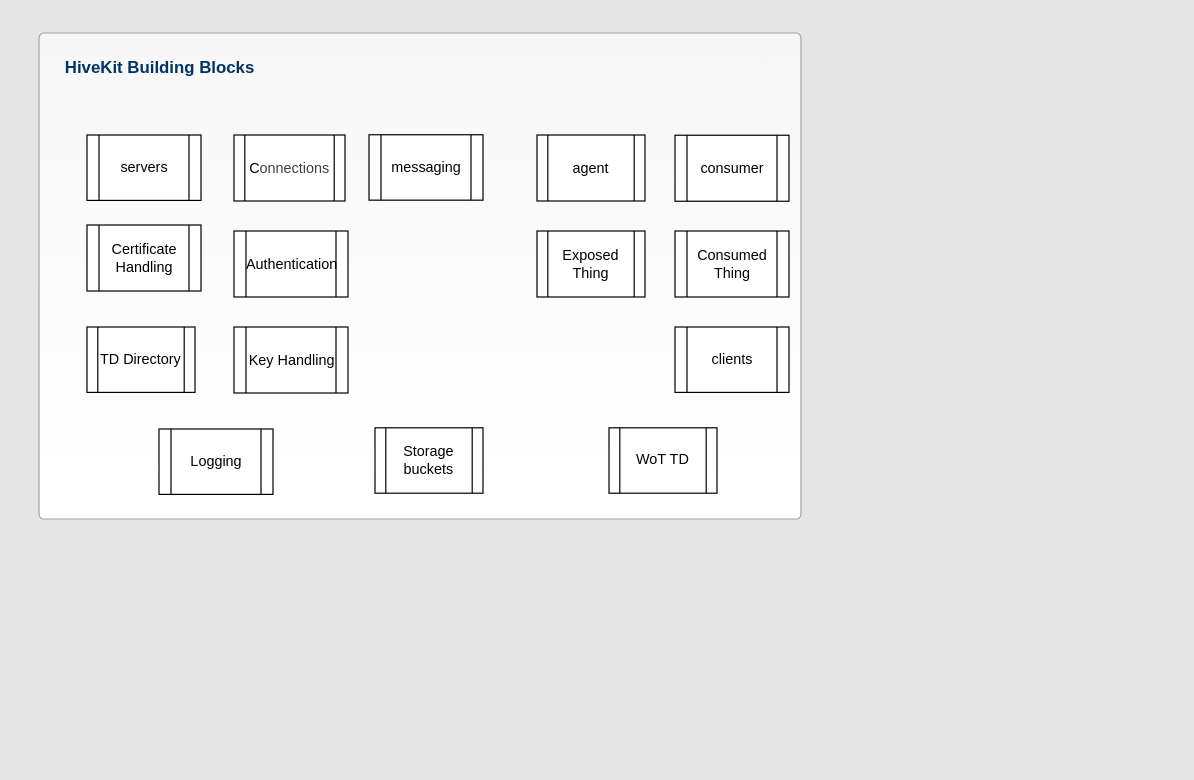
The draw.io diagram page "hivekit overview" (1 of 6) of docs/hivekit.drawio in hiveot/hivekit, before the edit. Source tidied: cells renumbered, new cells numbered last; positions are measured from the earlier drawing's top-left corner, leaving out a move shared by most shapes. Both pictures are drawn from the tidied source at 120%, with x=0, y=0 at pixel (38, 32).
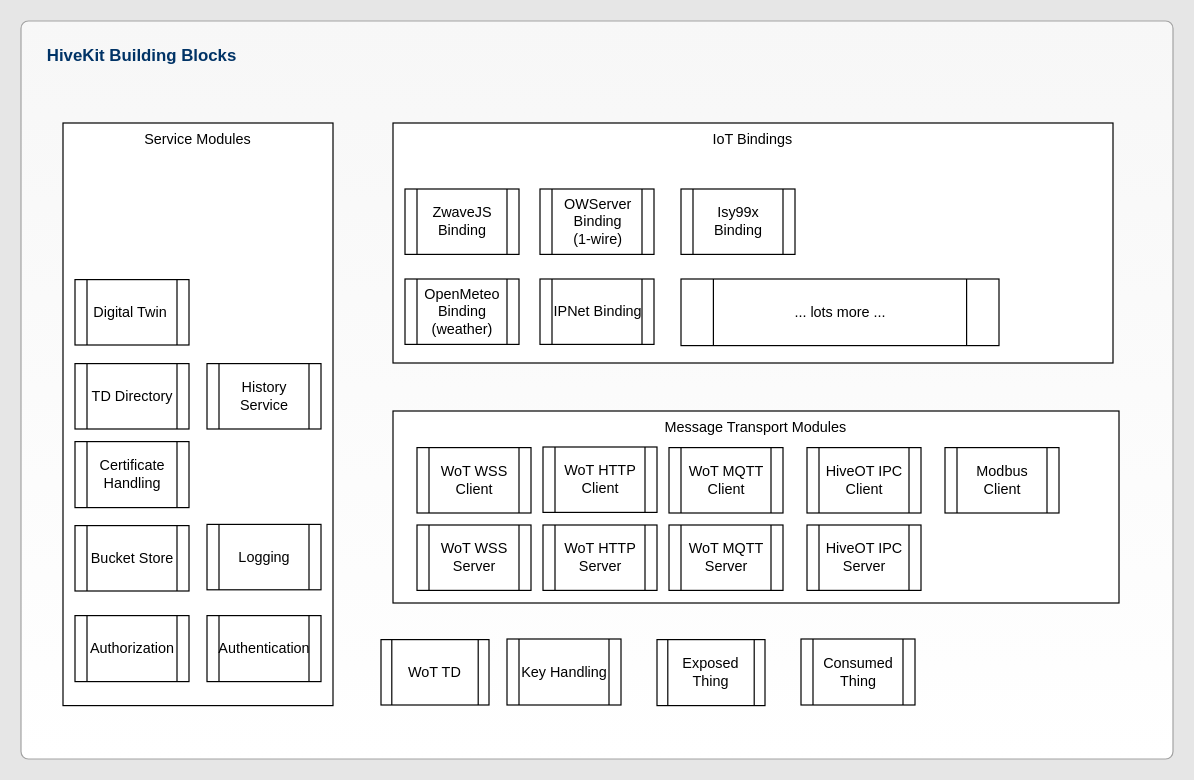
The same page after the edit.

The edit, as a diff of the source:
```diff
@@
     <mxCell id="2" value="&lt;h3 style=&quot;font-size: 14px;&quot;&gt;HiveKit Building Blocks&lt;/h3&gt;" style="rounded=1;whiteSpace=wrap;html=1;fontSize=14;verticalAlign=top;strokeColor=#A3A3A3;fillColor=#F7F7F7;gradientColor=#ffffff;fontColor=#003366;arcSize=1;noLabel=0;align=left;spacingLeft=20;" parent="1" vertex="1">
-      <mxGeometry width="635" height="405" as="geometry" />
+      <mxGeometry x="-15" y="-10" width="960" height="615" as="geometry" />
     </mxCell>
-    <mxCell id="3" value="agent" style="shape=process;whiteSpace=wrap;html=1;backgroundOutline=1;" parent="1" vertex="1">
-      <mxGeometry x="415" y="85" width="90" height="55" as="geometry" />
-    </mxCell>
     <mxCell id="4" value="Exposed Thing" style="shape=process;whiteSpace=wrap;html=1;backgroundOutline=1;" parent="1" vertex="1">
-      <mxGeometry x="415" y="165" width="90" height="55" as="geometry" />
+      <mxGeometry x="515" y="505.5" width="90" height="55" as="geometry" />
     </mxCell>
     <mxCell id="5" value="WoT TD" style="shape=process;whiteSpace=wrap;html=1;backgroundOutline=1;" parent="1" vertex="1">
-      <mxGeometry x="475" y="329" width="90" height="54.5" as="geometry" />
+      <mxGeometry x="285" y="505.5" width="90" height="54.5" as="geometry" />
     </mxCell>
+    <mxCell id="19" value="Message Transport Modules" style="rounded=0;whiteSpace=wrap;html=1;verticalAlign=top;" parent="1" vertex="1">
+      <mxGeometry x="295" y="315" width="605" height="160" as="geometry" />
+    </mxCell>
+    <mxCell id="20" value="IoT Bindings" style="rounded=0;whiteSpace=wrap;html=1;verticalAlign=top;" parent="1" vertex="1">
+      <mxGeometry x="295" y="75" width="600" height="200" as="geometry" />
+    </mxCell>
+    <mxCell id="21" value="WoT WSS Server" style="shape=process;whiteSpace=wrap;html=1;backgroundOutline=1;" parent="1" vertex="1">
+      <mxGeometry x="315" y="410" width="95" height="54.5" as="geometry" />
+    </mxCell>
+    <mxCell id="22" value="Service Modules" style="rounded=0;whiteSpace=wrap;html=1;verticalAlign=top;" parent="1" vertex="1">
+      <mxGeometry x="20" y="75" width="225" height="485.5" as="geometry" />
+    </mxCell>
-    <mxCell id="6" value="Storage buckets" style="shape=process;whiteSpace=wrap;html=1;backgroundOutline=1;" parent="1" vertex="1">
-      <mxGeometry x="280" y="329" width="90" height="54.5" as="geometry" />
+    <mxCell id="6" value="Bucket Store" style="shape=process;whiteSpace=wrap;html=1;backgroundOutline=1;" parent="1" vertex="1">
+      <mxGeometry x="30" y="410.5" width="95" height="54.5" as="geometry" />
     </mxCell>
+    <mxCell id="23" value="WoT WSS Client" style="shape=process;whiteSpace=wrap;html=1;backgroundOutline=1;" parent="1" vertex="1">
+      <mxGeometry x="315" y="345.5" width="95" height="54.5" as="geometry" />
+    </mxCell>
+    <mxCell id="24" value="WoT HTTP Server" style="shape=process;whiteSpace=wrap;html=1;backgroundOutline=1;" parent="1" vertex="1">
+      <mxGeometry x="420" y="410" width="95" height="54.5" as="geometry" />
+    </mxCell>
+    <mxCell id="25" value="Authorization" style="shape=process;whiteSpace=wrap;html=1;backgroundOutline=1;" parent="1" vertex="1">
+      <mxGeometry x="30" y="485.5" width="95" height="55" as="geometry" />
+    </mxCell>
+    <mxCell id="26" value="OpenMeteo Binding&lt;div&gt;(weather)&lt;/div&gt;" style="shape=process;whiteSpace=wrap;html=1;backgroundOutline=1;" parent="1" vertex="1">
+      <mxGeometry x="305" y="205" width="95" height="54.5" as="geometry" />
+    </mxCell>
+    <mxCell id="27" value="IPNet Binding" style="shape=process;whiteSpace=wrap;html=1;backgroundOutline=1;" parent="1" vertex="1">
+      <mxGeometry x="417.5" y="205" width="95" height="54.5" as="geometry" />
+    </mxCell>
+    <mxCell id="28" value="ZwaveJS Binding" style="shape=process;whiteSpace=wrap;html=1;backgroundOutline=1;" parent="1" vertex="1">
+      <mxGeometry x="305" y="130" width="95" height="54.5" as="geometry" />
+    </mxCell>
+    <mxCell id="29" value="OWServer Binding&lt;div&gt;(1-wire)&lt;/div&gt;" style="shape=process;whiteSpace=wrap;html=1;backgroundOutline=1;" parent="1" vertex="1">
+      <mxGeometry x="417.5" y="130" width="95" height="54.5" as="geometry" />
+    </mxCell>
+    <mxCell id="30" value="Isy99x Binding" style="shape=process;whiteSpace=wrap;html=1;backgroundOutline=1;" parent="1" vertex="1">
+      <mxGeometry x="535" y="130" width="95" height="54.5" as="geometry" />
+    </mxCell>
+    <mxCell id="31" value="Modbus Client" style="shape=process;whiteSpace=wrap;html=1;backgroundOutline=1;" parent="1" vertex="1">
+      <mxGeometry x="755" y="345.5" width="95" height="54.5" as="geometry" />
+    </mxCell>
+    <mxCell id="32" value="... lots more ..." style="shape=process;whiteSpace=wrap;html=1;backgroundOutline=1;" parent="1" vertex="1">
+      <mxGeometry x="535" y="205" width="265" height="55.5" as="geometry" />
+    </mxCell>
+    <mxCell id="33" value="WoT MQTT Server" style="shape=process;whiteSpace=wrap;html=1;backgroundOutline=1;" parent="1" vertex="1">
+      <mxGeometry x="525" y="410" width="95" height="54.5" as="geometry" />
+    </mxCell>
+    <mxCell id="34" value="WoT MQTT Client" style="shape=process;whiteSpace=wrap;html=1;backgroundOutline=1;" parent="1" vertex="1">
+      <mxGeometry x="525" y="345.5" width="95" height="54.5" as="geometry" />
+    </mxCell>
+    <mxCell id="35" value="HiveOT IPC Server" style="shape=process;whiteSpace=wrap;html=1;backgroundOutline=1;" parent="1" vertex="1">
+      <mxGeometry x="640" y="410" width="95" height="54.5" as="geometry" />
+    </mxCell>
+    <mxCell id="36" value="HiveOT IPC Client" style="shape=process;whiteSpace=wrap;html=1;backgroundOutline=1;" parent="1" vertex="1">
+      <mxGeometry x="640" y="345.5" width="95" height="54.5" as="geometry" />
+    </mxCell>
+    <mxCell id="37" value="TD Directory" style="shape=process;whiteSpace=wrap;html=1;backgroundOutline=1;" parent="1" vertex="1">
+      <mxGeometry x="30" y="275.5" width="95" height="54.5" as="geometry" />
+    </mxCell>
+    <mxCell id="38" value="Digital Twin&amp;nbsp;" style="shape=process;whiteSpace=wrap;html=1;backgroundOutline=1;" parent="1" vertex="1">
+      <mxGeometry x="30" y="205.5" width="95" height="54.5" as="geometry" />
+    </mxCell>
@@
-    <mxCell id="8" value="servers" style="shape=process;whiteSpace=wrap;html=1;backgroundOutline=1;" parent="7" vertex="1">
-      <mxGeometry x="40" y="85" width="95" height="54.5" as="geometry" />
+    <mxCell id="8" value="WoT HTTP Client" style="shape=process;whiteSpace=wrap;html=1;backgroundOutline=1;" parent="7" vertex="1">
+      <mxGeometry x="420" y="345" width="95" height="54.5" as="geometry" />
     </mxCell>
-    <mxCell id="9" value="C&lt;span style=&quot;color: rgb(63, 63, 63); background-color: transparent;&quot;&gt;onnections&lt;/span&gt;" style="shape=process;whiteSpace=wrap;html=1;backgroundOutline=1;" parent="7" vertex="1">
-      <mxGeometry x="162.5" y="85" width="92.5" height="55" as="geometry" />
-    </mxCell>
     <mxCell id="10" value="Certificate Handling" style="shape=process;whiteSpace=wrap;html=1;backgroundOutline=1;" parent="7" vertex="1">
-      <mxGeometry x="40" y="160" width="95" height="55" as="geometry" />
+      <mxGeometry x="30" y="340.5" width="95" height="55" as="geometry" />
     </mxCell>
-    <mxCell id="11" value="TD Directory" style="shape=process;whiteSpace=wrap;html=1;backgroundOutline=1;" parent="7" vertex="1">
-      <mxGeometry x="40" y="245" width="90" height="54.5" as="geometry" />
+    <mxCell id="11" value="History Service" style="shape=process;whiteSpace=wrap;html=1;backgroundOutline=1;" parent="7" vertex="1">
+      <mxGeometry x="140" y="275.5" width="95" height="54.5" as="geometry" />
     </mxCell>
-    <mxCell id="12" value="clients" style="shape=process;whiteSpace=wrap;html=1;backgroundOutline=1;" parent="7" vertex="1">
-      <mxGeometry x="530" y="245" width="95" height="54.5" as="geometry" />
-    </mxCell>
     <mxCell id="13" value="Authentication" style="shape=process;whiteSpace=wrap;html=1;backgroundOutline=1;" parent="7" vertex="1">
-      <mxGeometry x="162.5" y="165" width="95" height="55" as="geometry" />
+      <mxGeometry x="140" y="485.5" width="95" height="55" as="geometry" />
     </mxCell>
     <mxCell id="14" value="Logging" style="shape=process;whiteSpace=wrap;html=1;backgroundOutline=1;" parent="7" vertex="1">
-      <mxGeometry x="100" y="330" width="95" height="54.5" as="geometry" />
+      <mxGeometry x="140" y="409.5" width="95" height="54.5" as="geometry" />
     </mxCell>
-    <mxCell id="15" value="messaging" style="shape=process;whiteSpace=wrap;html=1;backgroundOutline=1;" parent="7" vertex="1">
-      <mxGeometry x="275" y="84.8" width="95" height="54.5" as="geometry" />
-    </mxCell>
     <mxCell id="16" value="Consumed Thing" style="shape=process;whiteSpace=wrap;html=1;backgroundOutline=1;" parent="7" vertex="1">
-      <mxGeometry x="530" y="165" width="95" height="55" as="geometry" />
+      <mxGeometry x="635" y="505" width="95" height="55" as="geometry" />
     </mxCell>
-    <mxCell id="17" value="consumer" style="shape=process;whiteSpace=wrap;html=1;backgroundOutline=1;" parent="7" vertex="1">
-      <mxGeometry x="530" y="85.2" width="95" height="55" as="geometry" />
-    </mxCell>
     <mxCell id="18" value="Key Handling" style="shape=process;whiteSpace=wrap;html=1;backgroundOutline=1;" parent="7" vertex="1">
-      <mxGeometry x="162.5" y="245" width="95" height="55" as="geometry" />
+      <mxGeometry x="390" y="505" width="95" height="55" as="geometry" />
     </mxCell>
```
